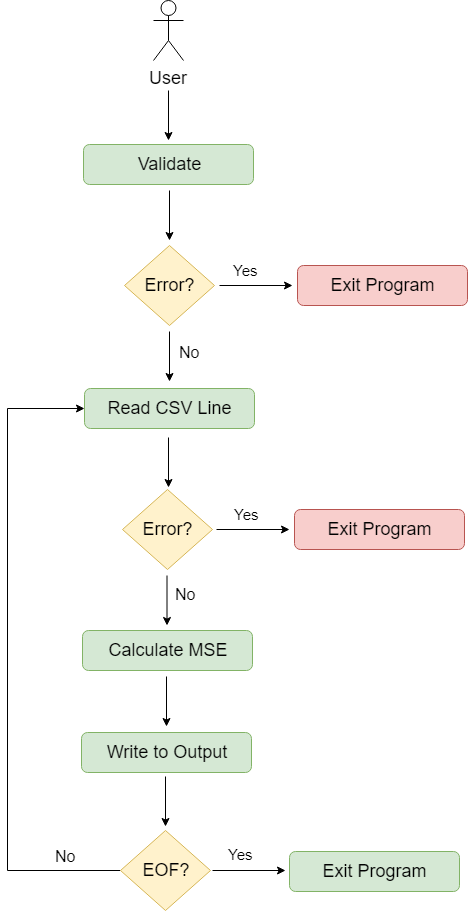
greg-rychlewski/image-compare keeps this draw.io diagram as _testdata/images/flowchart.png. Above is the earlier version. Source tidied: cells renumbered, new cells last; positions are measured from the earlier drawing's top-left corner, leaving out a move shared by most shapes.
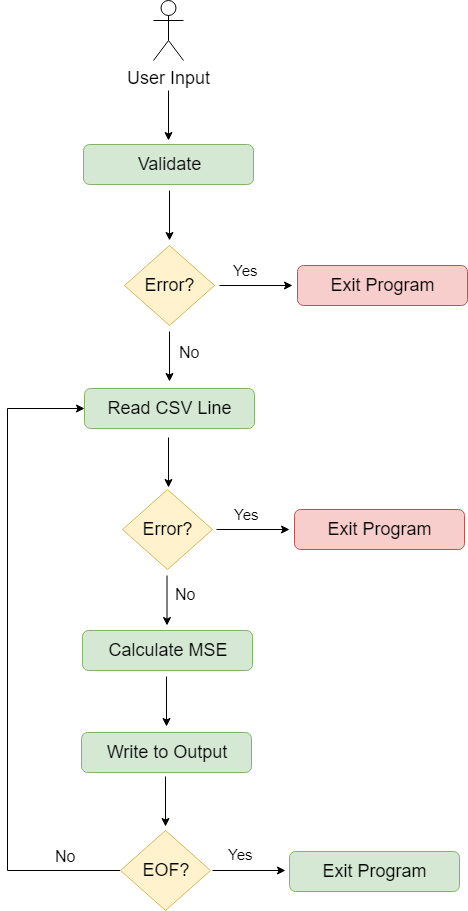
The same file after the commit.

What changed in the source:
```diff
@@ -8,7 +8,7 @@
         <mxPoint x="161" y="140" as="targetPoint" />
       </mxGeometry>
     </mxCell>
-    <mxCell id="3" value="User" style="shape=umlActor;verticalLabelPosition=bottom;labelBackgroundColor=#ffffff;verticalAlign=top;html=1;fontSize=18;" parent="1" vertex="1">
+    <mxCell id="3" value="User Input" style="shape=umlActor;verticalLabelPosition=bottom;labelBackgroundColor=#ffffff;verticalAlign=top;html=1;fontSize=18;" parent="1" vertex="1">
       <mxGeometry x="146" width="30" height="60" as="geometry" />
     </mxCell>
     <mxCell id="4" value="&lt;font style=&quot;font-size: 18px&quot;&gt;Validate&lt;/font&gt;" style="rounded=1;whiteSpace=wrap;html=1;fillColor=#d5e8d4;strokeColor=#82b366;" parent="1" vertex="1">
```
